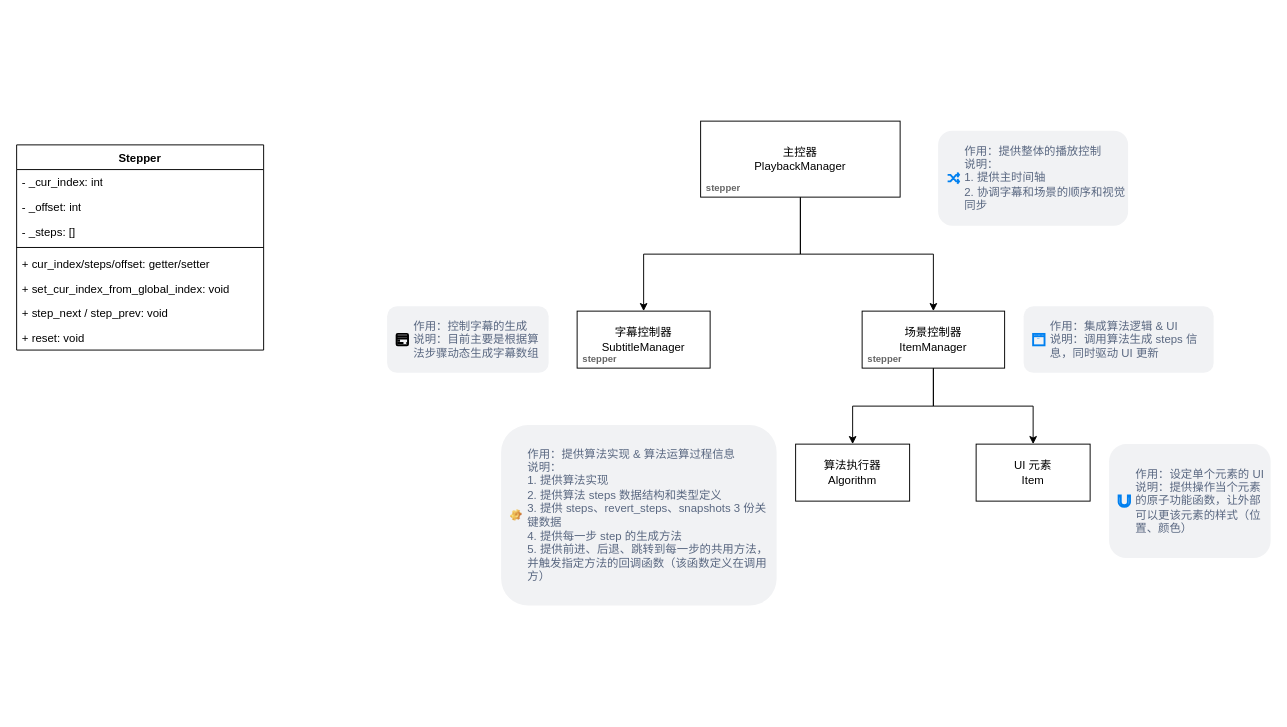
This is architectures/播放器架构图.drawio from k3-studio/drawing, a draw.io file, before an edit. Source tidied: cells renumbered, new cells numbered last; positions are measured from the earlier drawing's top-left corner, leaving out a move shared by most shapes. Both pictures are drawn from the tidied source at 95%, with x=0, y=0 at pixel (16, 121).
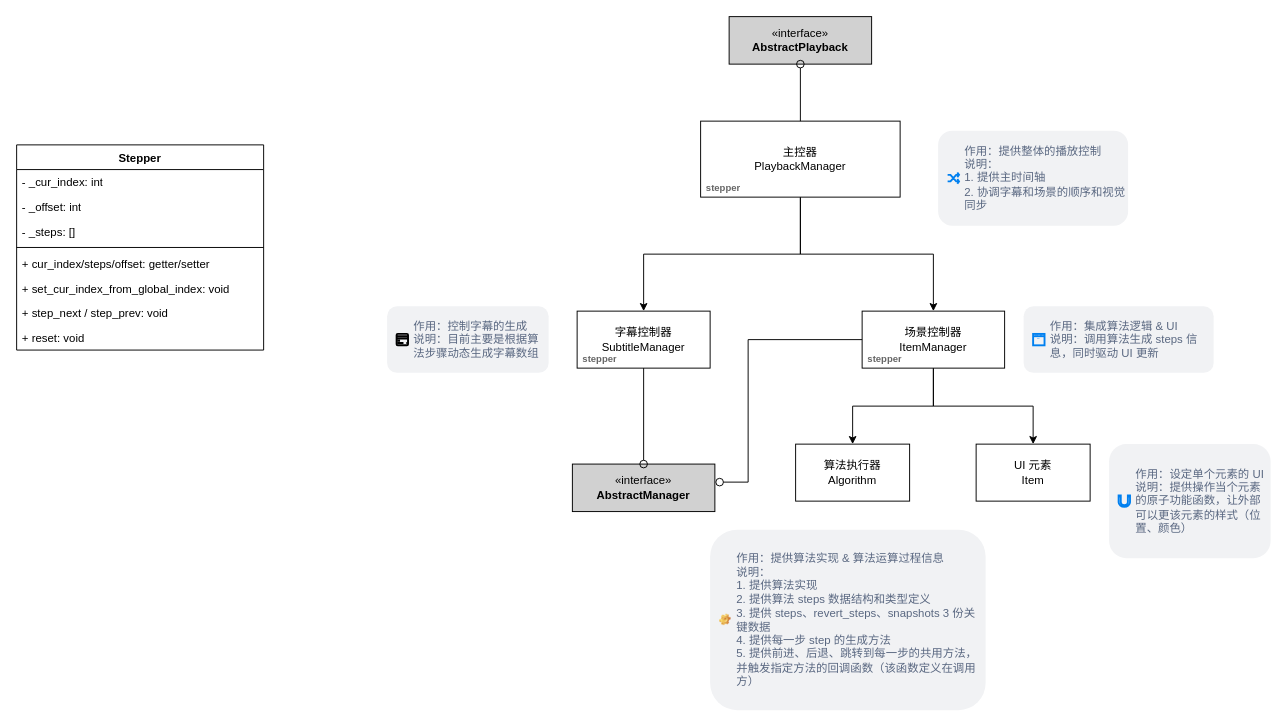
Above is the later version.

Commit message:
新增接口示意

The change refers to these unchanged cells:
```xml
<mxCell id="4" value="主控器&lt;br&gt;PlaybackManager" style="rounded=0;whiteSpace=wrap;html=1;" parent="1" vertex="1">
  <mxGeometry x="720" width="210" height="80" as="geometry" />
</mxCell>
<mxCell id="5" value="字幕控制器&lt;br&gt;SubtitleManager" style="whiteSpace=wrap;html=1;rounded=0;" parent="1" vertex="1">
  <mxGeometry x="590" y="200" width="140" height="60" as="geometry" />
</mxCell>
<mxCell id="8" value="场景控制器&lt;br&gt;ItemManager" style="whiteSpace=wrap;html=1;rounded=0;" parent="1" vertex="1">
  <mxGeometry x="890" y="200" width="150" height="60" as="geometry" />
</mxCell>
```

Diff of the diagram source:
```diff
@@
     <mxCell id="15" value="作用：提供算法实现 &amp;amp; 算法运算过程信息&lt;br&gt;说明：&lt;br&gt;1. 提供算法实现&lt;br&gt;2. 提供算法 steps 数据结构和类型定义&lt;br&gt;3. 提供 steps、revert_steps、snapshots 3 份关键数据&lt;br&gt;4. 提供每一步 step 的生成方法&lt;br&gt;5. 提供前进、后退、跳转到每一步的共用方法，并触发指定方法的回调函数（该函数定义在调用方）" style="rounded=1;align=left;fillColor=#F1F2F4;strokeColor=none;html=1;fontColor=#596780;fontSize=12;spacingLeft=26;whiteSpace=wrap;" parent="1" vertex="1">
-      <mxGeometry x="510" y="320" width="290" height="190" as="geometry" />
+      <mxGeometry x="730" y="430" width="290" height="190" as="geometry" />
     </mxCell>
@@
+    <mxCell id="33" value="«interface»&lt;br&gt;&lt;b&gt;AbstractPlayback&lt;/b&gt;" style="html=1;whiteSpace=wrap;fillColor=#d1d1d1;" parent="1" vertex="1">
+      <mxGeometry x="750" y="-110" width="150" height="50" as="geometry" />
+    </mxCell>
+    <mxCell id="34" style="html=1;verticalAlign=bottom;labelBackgroundColor=none;endArrow=oval;endFill=0;endSize=8;rounded=0;entryX=0.5;entryY=1;entryDx=0;entryDy=0;exitX=0.5;exitY=0;exitDx=0;exitDy=0;" parent="1" edge="1" source="4" target="33">
+      <mxGeometry relative="1" as="geometry" />
+    </mxCell>
+    <mxCell id="35" value="«interface»&lt;br&gt;&lt;b&gt;AbstractManager&lt;/b&gt;" style="html=1;whiteSpace=wrap;fillColor=#d1d1d1;" parent="1" vertex="1">
+      <mxGeometry x="585" y="361" width="150" height="50" as="geometry" />
+    </mxCell>
+    <mxCell id="36" style="html=1;verticalAlign=bottom;labelBackgroundColor=none;endArrow=oval;endFill=0;endSize=8;rounded=0;entryX=0.5;entryY=0;entryDx=0;entryDy=0;exitX=0.5;exitY=1;exitDx=0;exitDy=0;" parent="1" edge="1" source="5" target="35">
+      <mxGeometry relative="1" as="geometry" />
+    </mxCell>
+    <mxCell id="37" style="html=1;verticalAlign=bottom;labelBackgroundColor=none;endArrow=oval;endFill=0;endSize=8;rounded=0;exitX=0;exitY=0.5;exitDx=0;exitDy=0;" parent="1" edge="1" source="8">
+      <mxGeometry relative="1" as="geometry">
+        <mxPoint x="740" y="380" as="targetPoint" />
+        <Array as="points">
+          <mxPoint x="770" y="230" />
+          <mxPoint x="770" y="380" />
+        </Array>
+      </mxGeometry>
+    </mxCell>
```
